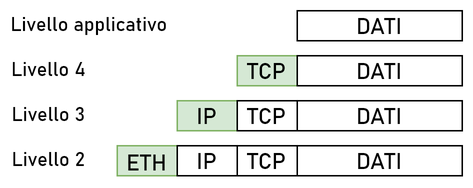
Above: static/images/internet/incapsulamento.png in fibraclick/wiki (draw.io), before the change. Source tidied: cells renumbered, new cells last; positions are measured from the earlier drawing's top-left corner, leaving out a move shared by most shapes.
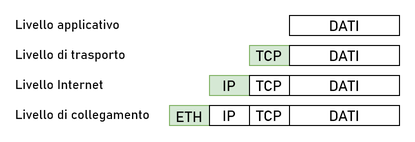
Above is the later version.

Commit message:
Miglioramenti TCP/IP

What changed in the source:
```diff
@@ -5,16 +5,6 @@
     <mxCell id="2" value="DATI" style="rounded=0;whiteSpace=wrap;html=1;fontFamily=Bahnschrift;fontSize=15;spacingTop=2;" parent="1" vertex="1">
       <mxGeometry x="120" width="110" height="20" as="geometry" />
     </mxCell>
-    <mxCell id="3" value="Livello applicativo" style="text;html=1;align=center;verticalAlign=middle;labelBackgroundColor=#ffffff;fontSize=13;fontFamily=Bahnschrift;" parent="1" vertex="1">
-      <mxGeometry x="27" y="20" as="geometry">
-        <mxPoint x="-46" y="-10" as="offset" />
-      </mxGeometry>
-    </mxCell>
-    <mxCell id="4" value="Livello 4" style="text;html=1;align=center;verticalAlign=middle;labelBackgroundColor=#ffffff;fontSize=13;fontFamily=Bahnschrift;" parent="1" vertex="1">
-      <mxGeometry y="50" as="geometry">
-        <mxPoint x="-46" y="-10" as="offset" />
-      </mxGeometry>
-    </mxCell>
     <mxCell id="5" value="TCP" style="rounded=0;whiteSpace=wrap;html=1;fontFamily=Bahnschrift;fontSize=15;spacingTop=2;fillColor=#d5e8d4;strokeColor=#82b366;" parent="1" vertex="1">
       <mxGeometry x="80" y="30" width="40" height="20" as="geometry" />
     </mxCell>
@@ -30,16 +20,6 @@
     <mxCell id="9" value="TCP" style="rounded=0;whiteSpace=wrap;html=1;fontFamily=Bahnschrift;fontSize=15;spacingTop=2;" parent="1" vertex="1">
       <mxGeometry x="80" y="60" width="40" height="20" as="geometry" />
     </mxCell>
-    <mxCell id="10" value="Livello 3" style="text;html=1;align=center;verticalAlign=middle;labelBackgroundColor=#ffffff;fontSize=13;fontFamily=Bahnschrift;" parent="1" vertex="1">
-      <mxGeometry y="80" as="geometry">
-        <mxPoint x="-46" y="-10" as="offset" />
-      </mxGeometry>
-    </mxCell>
-    <mxCell id="11" value="Livello 2" style="text;html=1;align=center;verticalAlign=middle;labelBackgroundColor=#ffffff;fontSize=13;fontFamily=Bahnschrift;" parent="1" vertex="1">
-      <mxGeometry y="110" as="geometry">
-        <mxPoint x="-46" y="-10" as="offset" />
-      </mxGeometry>
-    </mxCell>
     <mxCell id="12" value="DATI" style="rounded=0;whiteSpace=wrap;html=1;fontFamily=Bahnschrift;fontSize=15;spacingTop=2;" parent="1" vertex="1">
       <mxGeometry x="120" y="90" width="110" height="20" as="geometry" />
     </mxCell>
@@ -52,5 +32,25 @@
     <mxCell id="15" value="IP" style="rounded=0;whiteSpace=wrap;html=1;fontFamily=Bahnschrift;fontSize=15;spacingTop=2;" parent="1" vertex="1">
       <mxGeometry x="40" y="90" width="40" height="20" as="geometry" />
     </mxCell>
+    <mxCell id="3" value="Livello applicativo" style="text;html=1;align=left;verticalAlign=middle;labelBackgroundColor=#ffffff;fontSize=13;fontFamily=Bahnschrift;" parent="1" vertex="1">
+      <mxGeometry x="-110" y="20" as="geometry">
+        <mxPoint x="-46" y="-10" as="offset" />
+      </mxGeometry>
+    </mxCell>
+    <mxCell id="16" value="Livello di trasporto" style="text;html=1;align=left;verticalAlign=middle;labelBackgroundColor=#ffffff;fontSize=13;fontFamily=Bahnschrift;" parent="1" vertex="1">
+      <mxGeometry x="-110" y="50" as="geometry">
+        <mxPoint x="-46" y="-10" as="offset" />
+      </mxGeometry>
+    </mxCell>
+    <mxCell id="17" value="Livello Internet" style="text;html=1;align=left;verticalAlign=middle;labelBackgroundColor=#ffffff;fontSize=13;fontFamily=Bahnschrift;" parent="1" vertex="1">
+      <mxGeometry x="-110" y="80" as="geometry">
+        <mxPoint x="-46" y="-10" as="offset" />
+      </mxGeometry>
+    </mxCell>
+    <mxCell id="18" value="Livello di collegamento" style="text;html=1;align=left;verticalAlign=middle;labelBackgroundColor=#ffffff;fontSize=13;fontFamily=Bahnschrift;" parent="1" vertex="1">
+      <mxGeometry x="-110" y="110" as="geometry">
+        <mxPoint x="-46" y="-10" as="offset" />
+      </mxGeometry>
+    </mxCell>
   </root>
 </mxGraphModel>
```
